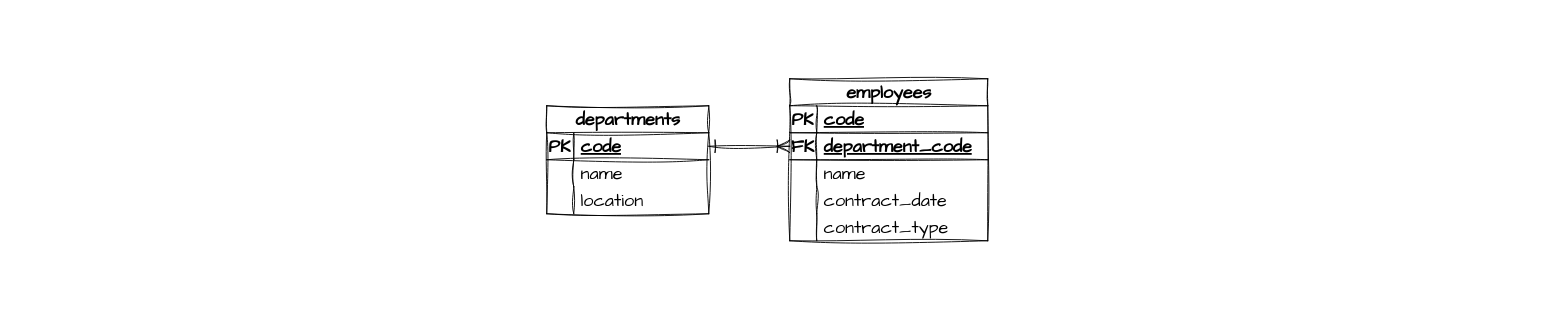
Before: page "Database Diagram" (2 of 2) of documentation/diagrams.drawio in miguel-armas-abt/demo-java-7, a draw.io diagram. Source tidied: cells renumbered, new cells numbered last; positions are measured from the earlier drawing's top-left corner, leaving out a move shared by most shapes. Both pictures are drawn from the tidied source at 90%, with x=0, y=0 at pixel (492, 15).
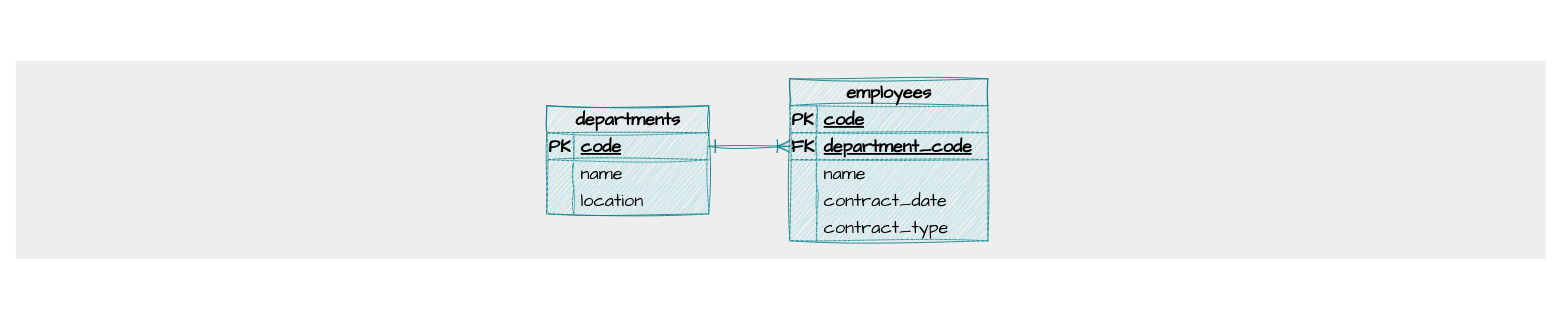
The same page after the edit.

Diff of the diagram source:
```diff
@@
-    <mxCell id="2" style="rounded=0;whiteSpace=wrap;html=1;hachureGap=4;fontFamily=Architects Daughter;fontSize=20;strokeColor=none;" parent="1" vertex="1">
-      <mxGeometry width="620" height="310" as="geometry" />
+    <mxCell id="2" style="rounded=0;whiteSpace=wrap;html=1;hachureGap=4;fontFamily=Architects Daughter;fontSize=20;fillColor=#eeeeee;strokeColor=none;" parent="1" vertex="1">
+      <mxGeometry x="-530" y="50" width="1700" height="220" as="geometry" />
     </mxCell>
-    <mxCell id="3" value="departments" style="shape=table;startSize=30;childLayout=tableLayout;rowLines=0;fontStyle=1;align=center;html=1;sketch=1;hachureGap=4;jiggle=2;curveFitting=1;fontFamily=Architects Daughter;fontSize=20;" parent="1" vertex="1">
+    <mxCell id="3" value="departments" style="shape=table;startSize=30;childLayout=tableLayout;rowLines=0;fontStyle=1;align=center;html=1;sketch=1;hachureGap=4;jiggle=2;curveFitting=1;fontFamily=Architects Daughter;fontSize=20;fillColor=#b0e3e6;strokeColor=#0e8088;" parent="1" vertex="1">
       <mxGeometry x="60" y="100" width="180" height="120" as="geometry" />
     </mxCell>
-    <mxCell id="4" style="shape=tableRow;horizontal=0;startSize=0;swimlaneHead=0;swimlaneBody=0;fillColor=none;points=[[0,0.5],[1,0.5]];portConstraint=eastwest;top=0;left=0;right=0;bottom=1;sketch=1;hachureGap=4;jiggle=2;curveFitting=1;fontFamily=Architects Daughter;fontSize=20;" parent="3" vertex="1">
+    <mxCell id="4" style="shape=tableRow;horizontal=0;startSize=0;swimlaneHead=0;swimlaneBody=0;fillColor=#b0e3e6;points=[[0,0.5],[1,0.5]];portConstraint=eastwest;top=0;left=0;right=0;bottom=1;sketch=1;hachureGap=4;jiggle=2;curveFitting=1;fontFamily=Architects Daughter;fontSize=20;strokeColor=#0e8088;" parent="3" vertex="1">
       <mxGeometry y="30" width="180" height="30" as="geometry" />
     </mxCell>
-    <mxCell id="5" value="PK" style="shape=partialRectangle;fillColor=none;top=0;left=0;bottom=0;right=0;fontStyle=1;overflow=hidden;whiteSpace=wrap;html=1;sketch=1;hachureGap=4;jiggle=2;curveFitting=1;fontFamily=Architects Daughter;fontSize=20;" parent="4" vertex="1">
+    <mxCell id="5" value="PK" style="shape=partialRectangle;fillColor=#b0e3e6;top=0;left=0;bottom=0;right=0;fontStyle=1;overflow=hidden;whiteSpace=wrap;html=1;sketch=1;hachureGap=4;jiggle=2;curveFitting=1;fontFamily=Architects Daughter;fontSize=20;strokeColor=#0e8088;" parent="4" vertex="1">
       <mxGeometry width="30" height="30" as="geometry" />
     </mxCell>
-    <mxCell id="6" value="code" style="shape=partialRectangle;fillColor=none;top=0;left=0;bottom=0;right=0;align=left;spacingLeft=6;fontStyle=5;overflow=hidden;whiteSpace=wrap;html=1;sketch=1;hachureGap=4;jiggle=2;curveFitting=1;fontFamily=Architects Daughter;fontSize=20;" parent="4" vertex="1">
+    <mxCell id="6" value="code" style="shape=partialRectangle;fillColor=#b0e3e6;top=0;left=0;bottom=0;right=0;align=left;spacingLeft=6;fontStyle=5;overflow=hidden;whiteSpace=wrap;html=1;sketch=1;hachureGap=4;jiggle=2;curveFitting=1;fontFamily=Architects Daughter;fontSize=20;strokeColor=#0e8088;" parent="4" vertex="1">
       <mxGeometry x="30" width="150" height="30" as="geometry" />
     </mxCell>
-    <mxCell id="7" style="shape=tableRow;horizontal=0;startSize=0;swimlaneHead=0;swimlaneBody=0;fillColor=none;top=0;left=0;right=0;bottom=0;sketch=1;hachureGap=4;jiggle=2;curveFitting=1;fontFamily=Architects Daughter;fontSize=20;" parent="3" vertex="1">
+    <mxCell id="7" style="shape=tableRow;horizontal=0;startSize=0;swimlaneHead=0;swimlaneBody=0;fillColor=#b0e3e6;top=0;left=0;right=0;bottom=0;sketch=1;hachureGap=4;jiggle=2;curveFitting=1;fontFamily=Architects Daughter;fontSize=20;strokeColor=#0e8088;" parent="3" vertex="1">
       <mxGeometry y="60" width="180" height="30" as="geometry" />
     </mxCell>
-    <mxCell id="8" style="shape=partialRectangle;fillColor=none;top=0;left=0;bottom=0;right=0;overflow=hidden;whiteSpace=wrap;html=1;sketch=1;hachureGap=4;jiggle=2;curveFitting=1;fontFamily=Architects Daughter;fontSize=20;" parent="7" vertex="1">
+    <mxCell id="8" style="shape=partialRectangle;fillColor=#b0e3e6;top=0;left=0;bottom=0;right=0;overflow=hidden;whiteSpace=wrap;html=1;sketch=1;hachureGap=4;jiggle=2;curveFitting=1;fontFamily=Architects Daughter;fontSize=20;strokeColor=#0e8088;" parent="7" vertex="1">
       <mxGeometry width="30" height="30" as="geometry" />
     </mxCell>
-    <mxCell id="9" value="name" style="shape=partialRectangle;fillColor=none;top=0;left=0;bottom=0;right=0;align=left;spacingLeft=6;overflow=hidden;whiteSpace=wrap;html=1;sketch=1;hachureGap=4;jiggle=2;curveFitting=1;fontFamily=Architects Daughter;fontSize=20;" parent="7" vertex="1">
+    <mxCell id="9" value="name" style="shape=partialRectangle;fillColor=#b0e3e6;top=0;left=0;bottom=0;right=0;align=left;spacingLeft=6;overflow=hidden;whiteSpace=wrap;html=1;sketch=1;hachureGap=4;jiggle=2;curveFitting=1;fontFamily=Architects Daughter;fontSize=20;strokeColor=#0e8088;" parent="7" vertex="1">
       <mxGeometry x="30" width="150" height="30" as="geometry" />
     </mxCell>
-    <mxCell id="10" style="shape=tableRow;horizontal=0;startSize=0;swimlaneHead=0;swimlaneBody=0;fillColor=none;top=0;left=0;right=0;bottom=0;sketch=1;hachureGap=4;jiggle=2;curveFitting=1;fontFamily=Architects Daughter;fontSize=20;" parent="3" vertex="1">
+    <mxCell id="10" style="shape=tableRow;horizontal=0;startSize=0;swimlaneHead=0;swimlaneBody=0;fillColor=#b0e3e6;top=0;left=0;right=0;bottom=0;sketch=1;hachureGap=4;jiggle=2;curveFitting=1;fontFamily=Architects Daughter;fontSize=20;strokeColor=#0e8088;" parent="3" vertex="1">
       <mxGeometry y="90" width="180" height="30" as="geometry" />
     </mxCell>
-    <mxCell id="11" style="shape=partialRectangle;fillColor=none;top=0;left=0;bottom=0;right=0;overflow=hidden;whiteSpace=wrap;html=1;sketch=1;hachureGap=4;jiggle=2;curveFitting=1;fontFamily=Architects Daughter;fontSize=20;" parent="10" vertex="1">
+    <mxCell id="11" style="shape=partialRectangle;fillColor=#b0e3e6;top=0;left=0;bottom=0;right=0;overflow=hidden;whiteSpace=wrap;html=1;sketch=1;hachureGap=4;jiggle=2;curveFitting=1;fontFamily=Architects Daughter;fontSize=20;strokeColor=#0e8088;" parent="10" vertex="1">
       <mxGeometry width="30" height="30" as="geometry" />
     </mxCell>
-    <mxCell id="12" value="location" style="shape=partialRectangle;fillColor=none;top=0;left=0;bottom=0;right=0;align=left;spacingLeft=6;overflow=hidden;whiteSpace=wrap;html=1;sketch=1;hachureGap=4;jiggle=2;curveFitting=1;fontFamily=Architects Daughter;fontSize=20;" parent="10" vertex="1">
+    <mxCell id="12" value="location" style="shape=partialRectangle;fillColor=#b0e3e6;top=0;left=0;bottom=0;right=0;align=left;spacingLeft=6;overflow=hidden;whiteSpace=wrap;html=1;sketch=1;hachureGap=4;jiggle=2;curveFitting=1;fontFamily=Architects Daughter;fontSize=20;strokeColor=#0e8088;" parent="10" vertex="1">
       <mxGeometry x="30" width="150" height="30" as="geometry" />
     </mxCell>
-    <mxCell id="13" value="employees" style="shape=table;startSize=30;childLayout=tableLayout;rowLines=0;fontStyle=1;align=center;html=1;sketch=1;hachureGap=4;jiggle=2;curveFitting=1;fontFamily=Architects Daughter;fontSize=20;" parent="1" vertex="1">
+    <mxCell id="13" value="employees" style="shape=table;startSize=30;childLayout=tableLayout;rowLines=0;fontStyle=1;align=center;html=1;sketch=1;hachureGap=4;jiggle=2;curveFitting=1;fontFamily=Architects Daughter;fontSize=20;fillColor=#b0e3e6;strokeColor=#0e8088;" parent="1" vertex="1">
       <mxGeometry x="330" y="70" width="220" height="180" as="geometry" />
     </mxCell>
-    <mxCell id="14" style="shape=tableRow;horizontal=0;startSize=0;swimlaneHead=0;swimlaneBody=0;fillColor=none;top=0;left=0;right=0;bottom=1;sketch=1;hachureGap=4;jiggle=2;curveFitting=1;fontFamily=Architects Daughter;fontSize=20;" parent="13" vertex="1">
+    <mxCell id="14" style="shape=tableRow;horizontal=0;startSize=0;swimlaneHead=0;swimlaneBody=0;fillColor=#b0e3e6;top=0;left=0;right=0;bottom=1;sketch=1;hachureGap=4;jiggle=2;curveFitting=1;fontFamily=Architects Daughter;fontSize=20;strokeColor=#0e8088;" parent="13" vertex="1">
       <mxGeometry y="30" width="220" height="30" as="geometry" />
     </mxCell>
-    <mxCell id="15" value="PK" style="shape=partialRectangle;fillColor=none;top=0;left=0;bottom=0;right=0;fontStyle=1;overflow=hidden;whiteSpace=wrap;html=1;sketch=1;hachureGap=4;jiggle=2;curveFitting=1;fontFamily=Architects Daughter;fontSize=20;" parent="14" vertex="1">
+    <mxCell id="15" value="PK" style="shape=partialRectangle;fillColor=#b0e3e6;top=0;left=0;bottom=0;right=0;fontStyle=1;overflow=hidden;whiteSpace=wrap;html=1;sketch=1;hachureGap=4;jiggle=2;curveFitting=1;fontFamily=Architects Daughter;fontSize=20;strokeColor=#0e8088;" parent="14" vertex="1">
       <mxGeometry width="30" height="30" as="geometry" />
     </mxCell>
-    <mxCell id="16" value="code" style="shape=partialRectangle;fillColor=none;top=0;left=0;bottom=0;right=0;align=left;spacingLeft=6;fontStyle=5;overflow=hidden;whiteSpace=wrap;html=1;sketch=1;hachureGap=4;jiggle=2;curveFitting=1;fontFamily=Architects Daughter;fontSize=20;" parent="14" vertex="1">
+    <mxCell id="16" value="code" style="shape=partialRectangle;fillColor=#b0e3e6;top=0;left=0;bottom=0;right=0;align=left;spacingLeft=6;fontStyle=5;overflow=hidden;whiteSpace=wrap;html=1;sketch=1;hachureGap=4;jiggle=2;curveFitting=1;fontFamily=Architects Daughter;fontSize=20;strokeColor=#0e8088;" parent="14" vertex="1">
       <mxGeometry x="30" width="190" height="30" as="geometry" />
     </mxCell>
-    <mxCell id="17" style="shape=tableRow;horizontal=0;startSize=0;swimlaneHead=0;swimlaneBody=0;fillColor=none;points=[[0,0.5],[1,0.5]];portConstraint=eastwest;top=0;left=0;right=0;bottom=1;sketch=1;hachureGap=4;jiggle=2;curveFitting=1;fontFamily=Architects Daughter;fontSize=20;" parent="13" vertex="1">
+    <mxCell id="17" style="shape=tableRow;horizontal=0;startSize=0;swimlaneHead=0;swimlaneBody=0;fillColor=#b0e3e6;points=[[0,0.5],[1,0.5]];portConstraint=eastwest;top=0;left=0;right=0;bottom=1;sketch=1;hachureGap=4;jiggle=2;curveFitting=1;fontFamily=Architects Daughter;fontSize=20;strokeColor=#0e8088;" parent="13" vertex="1">
       <mxGeometry y="60" width="220" height="30" as="geometry" />
     </mxCell>
-    <mxCell id="18" value="FK" style="shape=partialRectangle;fillColor=none;top=0;left=0;bottom=0;right=0;fontStyle=1;overflow=hidden;whiteSpace=wrap;html=1;sketch=1;hachureGap=4;jiggle=2;curveFitting=1;fontFamily=Architects Daughter;fontSize=20;" parent="17" vertex="1">
+    <mxCell id="18" value="FK" style="shape=partialRectangle;fillColor=#b0e3e6;top=0;left=0;bottom=0;right=0;fontStyle=1;overflow=hidden;whiteSpace=wrap;html=1;sketch=1;hachureGap=4;jiggle=2;curveFitting=1;fontFamily=Architects Daughter;fontSize=20;strokeColor=#0e8088;" parent="17" vertex="1">
       <mxGeometry width="30" height="30" as="geometry" />
     </mxCell>
-    <mxCell id="19" value="department_code" style="shape=partialRectangle;fillColor=none;top=0;left=0;bottom=0;right=0;align=left;spacingLeft=6;fontStyle=5;overflow=hidden;whiteSpace=wrap;html=1;sketch=1;hachureGap=4;jiggle=2;curveFitting=1;fontFamily=Architects Daughter;fontSize=20;" parent="17" vertex="1">
+    <mxCell id="19" value="department_code" style="shape=partialRectangle;fillColor=#b0e3e6;top=0;left=0;bottom=0;right=0;align=left;spacingLeft=6;fontStyle=5;overflow=hidden;whiteSpace=wrap;html=1;sketch=1;hachureGap=4;jiggle=2;curveFitting=1;fontFamily=Architects Daughter;fontSize=20;strokeColor=#0e8088;" parent="17" vertex="1">
       <mxGeometry x="30" width="190" height="30" as="geometry" />
     </mxCell>
-    <mxCell id="20" style="shape=tableRow;horizontal=0;startSize=0;swimlaneHead=0;swimlaneBody=0;fillColor=none;top=0;left=0;right=0;bottom=0;sketch=1;hachureGap=4;jiggle=2;curveFitting=1;fontFamily=Architects Daughter;fontSize=20;" parent="13" vertex="1">
+    <mxCell id="20" style="shape=tableRow;horizontal=0;startSize=0;swimlaneHead=0;swimlaneBody=0;fillColor=#b0e3e6;top=0;left=0;right=0;bottom=0;sketch=1;hachureGap=4;jiggle=2;curveFitting=1;fontFamily=Architects Daughter;fontSize=20;strokeColor=#0e8088;" parent="13" vertex="1">
       <mxGeometry y="90" width="220" height="30" as="geometry" />
     </mxCell>
-    <mxCell id="21" style="shape=partialRectangle;fillColor=none;top=0;left=0;bottom=0;right=0;overflow=hidden;whiteSpace=wrap;html=1;sketch=1;hachureGap=4;jiggle=2;curveFitting=1;fontFamily=Architects Daughter;fontSize=20;" parent="20" vertex="1">
+    <mxCell id="21" style="shape=partialRectangle;fillColor=#b0e3e6;top=0;left=0;bottom=0;right=0;overflow=hidden;whiteSpace=wrap;html=1;sketch=1;hachureGap=4;jiggle=2;curveFitting=1;fontFamily=Architects Daughter;fontSize=20;strokeColor=#0e8088;" parent="20" vertex="1">
       <mxGeometry width="30" height="30" as="geometry" />
     </mxCell>
-    <mxCell id="22" value="name" style="shape=partialRectangle;fillColor=none;top=0;left=0;bottom=0;right=0;align=left;spacingLeft=6;overflow=hidden;whiteSpace=wrap;html=1;sketch=1;hachureGap=4;jiggle=2;curveFitting=1;fontFamily=Architects Daughter;fontSize=20;" parent="20" vertex="1">
+    <mxCell id="22" value="name" style="shape=partialRectangle;fillColor=#b0e3e6;top=0;left=0;bottom=0;right=0;align=left;spacingLeft=6;overflow=hidden;whiteSpace=wrap;html=1;sketch=1;hachureGap=4;jiggle=2;curveFitting=1;fontFamily=Architects Daughter;fontSize=20;strokeColor=#0e8088;" parent="20" vertex="1">
       <mxGeometry x="30" width="190" height="30" as="geometry" />
     </mxCell>
-    <mxCell id="23" style="shape=tableRow;horizontal=0;startSize=0;swimlaneHead=0;swimlaneBody=0;fillColor=none;top=0;left=0;right=0;bottom=0;sketch=1;hachureGap=4;jiggle=2;curveFitting=1;fontFamily=Architects Daughter;fontSize=20;" parent="13" vertex="1">
+    <mxCell id="23" style="shape=tableRow;horizontal=0;startSize=0;swimlaneHead=0;swimlaneBody=0;fillColor=#b0e3e6;top=0;left=0;right=0;bottom=0;sketch=1;hachureGap=4;jiggle=2;curveFitting=1;fontFamily=Architects Daughter;fontSize=20;strokeColor=#0e8088;" parent="13" vertex="1">
       <mxGeometry y="120" width="220" height="30" as="geometry" />
     </mxCell>
-    <mxCell id="24" style="shape=partialRectangle;fillColor=none;top=0;left=0;bottom=0;right=0;overflow=hidden;whiteSpace=wrap;html=1;sketch=1;hachureGap=4;jiggle=2;curveFitting=1;fontFamily=Architects Daughter;fontSize=20;" parent="23" vertex="1">
+    <mxCell id="24" style="shape=partialRectangle;fillColor=#b0e3e6;top=0;left=0;bottom=0;right=0;overflow=hidden;whiteSpace=wrap;html=1;sketch=1;hachureGap=4;jiggle=2;curveFitting=1;fontFamily=Architects Daughter;fontSize=20;strokeColor=#0e8088;" parent="23" vertex="1">
       <mxGeometry width="30" height="30" as="geometry" />
     </mxCell>
-    <mxCell id="25" value="contract_date" style="shape=partialRectangle;fillColor=none;top=0;left=0;bottom=0;right=0;align=left;spacingLeft=6;overflow=hidden;whiteSpace=wrap;html=1;sketch=1;hachureGap=4;jiggle=2;curveFitting=1;fontFamily=Architects Daughter;fontSize=20;" parent="23" vertex="1">
+    <mxCell id="25" value="contract_date" style="shape=partialRectangle;fillColor=#b0e3e6;top=0;left=0;bottom=0;right=0;align=left;spacingLeft=6;overflow=hidden;whiteSpace=wrap;html=1;sketch=1;hachureGap=4;jiggle=2;curveFitting=1;fontFamily=Architects Daughter;fontSize=20;strokeColor=#0e8088;" parent="23" vertex="1">
       <mxGeometry x="30" width="190" height="30" as="geometry" />
     </mxCell>
-    <mxCell id="26" style="shape=tableRow;horizontal=0;startSize=0;swimlaneHead=0;swimlaneBody=0;fillColor=none;top=0;left=0;right=0;bottom=0;sketch=1;hachureGap=4;jiggle=2;curveFitting=1;fontFamily=Architects Daughter;fontSize=20;" parent="13" vertex="1">
+    <mxCell id="26" style="shape=tableRow;horizontal=0;startSize=0;swimlaneHead=0;swimlaneBody=0;fillColor=#b0e3e6;top=0;left=0;right=0;bottom=0;sketch=1;hachureGap=4;jiggle=2;curveFitting=1;fontFamily=Architects Daughter;fontSize=20;strokeColor=#0e8088;" parent="13" vertex="1">
       <mxGeometry y="150" width="220" height="30" as="geometry" />
     </mxCell>
-    <mxCell id="27" style="shape=partialRectangle;fillColor=none;top=0;left=0;bottom=0;right=0;overflow=hidden;whiteSpace=wrap;html=1;sketch=1;hachureGap=4;jiggle=2;curveFitting=1;fontFamily=Architects Daughter;fontSize=20;" parent="26" vertex="1">
+    <mxCell id="27" style="shape=partialRectangle;fillColor=#b0e3e6;top=0;left=0;bottom=0;right=0;overflow=hidden;whiteSpace=wrap;html=1;sketch=1;hachureGap=4;jiggle=2;curveFitting=1;fontFamily=Architects Daughter;fontSize=20;strokeColor=#0e8088;" parent="26" vertex="1">
       <mxGeometry width="30" height="30" as="geometry" />
     </mxCell>
-    <mxCell id="28" value="contract_type" style="shape=partialRectangle;fillColor=none;top=0;left=0;bottom=0;right=0;align=left;spacingLeft=6;overflow=hidden;whiteSpace=wrap;html=1;sketch=1;hachureGap=4;jiggle=2;curveFitting=1;fontFamily=Architects Daughter;fontSize=20;" parent="26" vertex="1">
+    <mxCell id="28" value="contract_type" style="shape=partialRectangle;fillColor=#b0e3e6;top=0;left=0;bottom=0;right=0;align=left;spacingLeft=6;overflow=hidden;whiteSpace=wrap;html=1;sketch=1;hachureGap=4;jiggle=2;curveFitting=1;fontFamily=Architects Daughter;fontSize=20;strokeColor=#0e8088;" parent="26" vertex="1">
       <mxGeometry x="30" width="190" height="30" as="geometry" />
     </mxCell>
-    <mxCell id="29" style="edgeStyle=orthogonalEdgeStyle;rounded=0;sketch=1;hachureGap=4;jiggle=2;curveFitting=1;jettySize=auto;html=1;entryX=0;entryY=0.5;entryDx=0;entryDy=0;fontFamily=Architects Daughter;fontSize=16;endArrow=ERoneToMany;endFill=0;startArrow=ERone;startFill=0;endSize=12;startSize=12;" parent="1" edge="1" source="4" target="17">
+    <mxCell id="29" style="edgeStyle=orthogonalEdgeStyle;rounded=0;sketch=1;hachureGap=4;jiggle=2;curveFitting=1;jettySize=auto;html=1;entryX=0;entryY=0.5;entryDx=0;entryDy=0;fontFamily=Architects Daughter;fontSize=16;endArrow=ERoneToMany;endFill=0;startArrow=ERone;startFill=0;endSize=12;startSize=12;fillColor=#b0e3e6;strokeColor=#0e8088;" parent="1" edge="1" source="4" target="17">
       <mxGeometry relative="1" as="geometry" />
     </mxCell>
```
